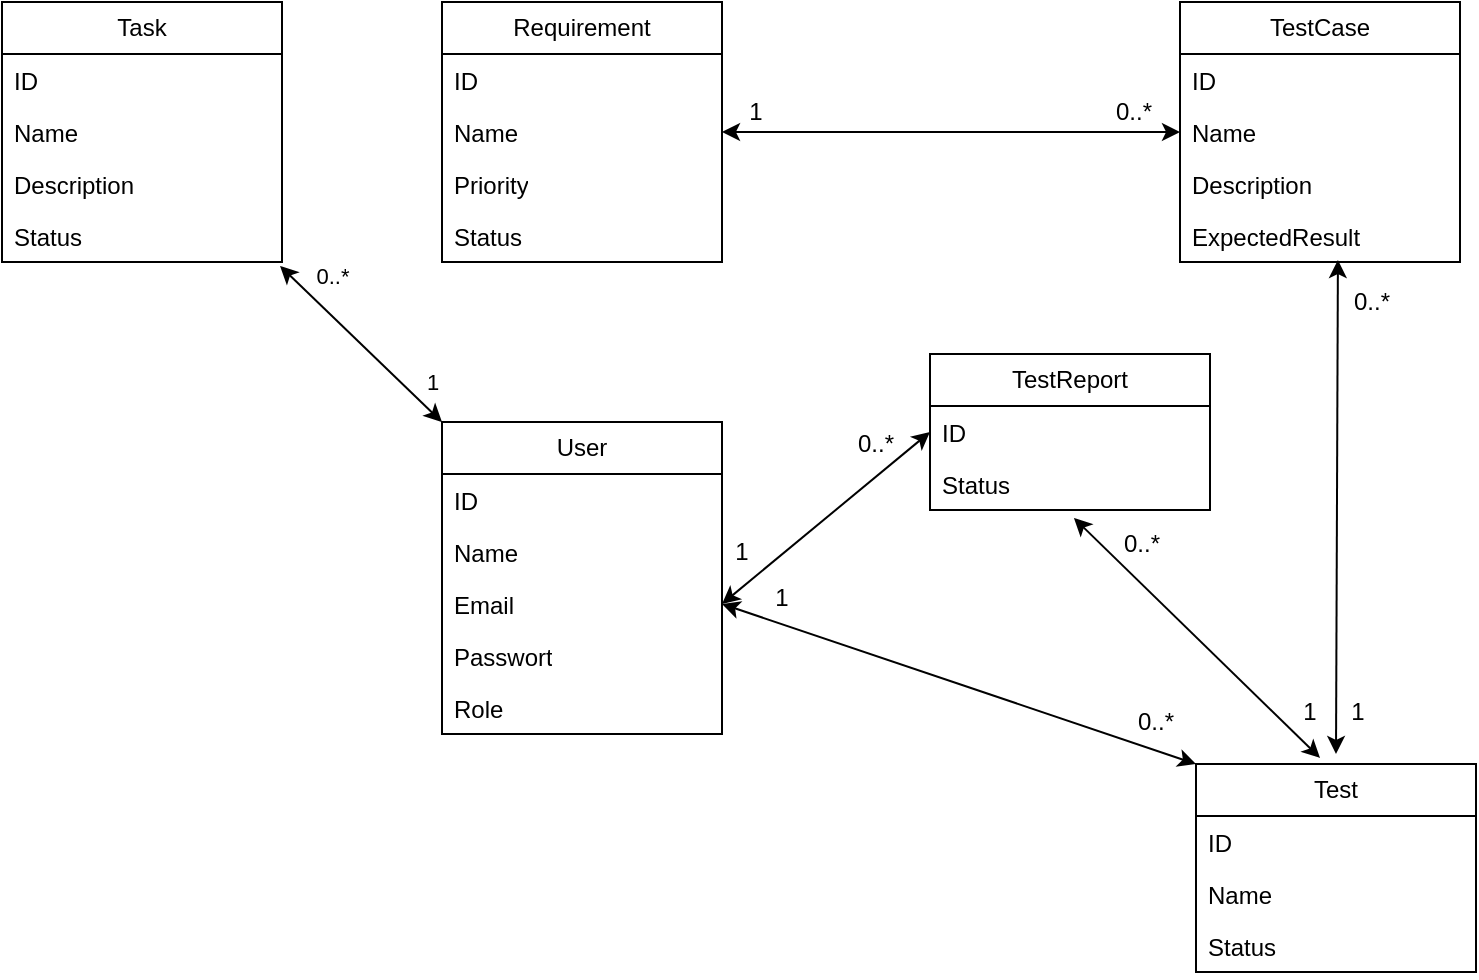
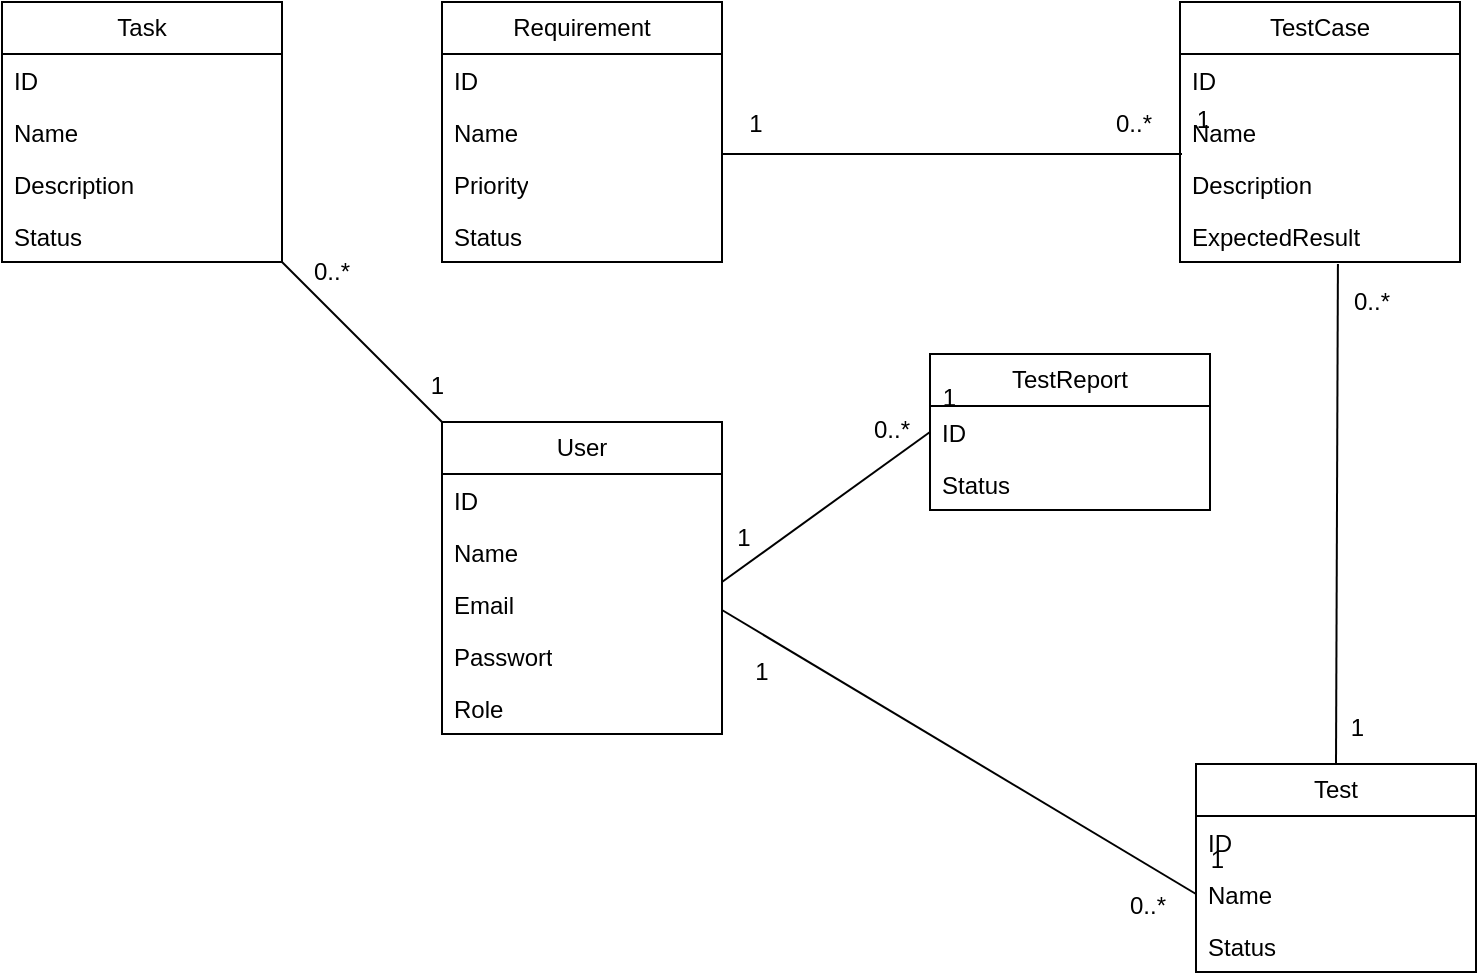
<mxfile host="app.diagrams.net" agent="Mozilla/5.0 (Macintosh; Intel Mac OS X 10_15_7) AppleWebKit/605.1.15 (KHTML, like Gecko) Version/26.2 Safari/605.1.15" version="29.6.4">
  <diagram name="Page-1" id="9UJmMtd8jPqIVRHSLT7q">
    <mxGraphModel dx="946" dy="642" grid="1" gridSize="10" guides="1" tooltips="1" connect="1" arrows="1" fold="1" page="1" pageScale="1" pageWidth="827" pageHeight="1169" math="0" shadow="0">
      <root>
        <mxCell id="0" />
        <mxCell id="1" parent="0" />
        <mxCell id="j4pG7-vl0huJbFuu1q33-1" parent="1" style="swimlane;fontStyle=0;childLayout=stackLayout;horizontal=1;startSize=26;fillColor=none;horizontalStack=0;resizeParent=1;resizeParentMax=0;resizeLast=0;collapsible=1;marginBottom=0;whiteSpace=wrap;html=1;" value="User" vertex="1">
          <mxGeometry height="156" width="140" x="310" y="310" as="geometry" />
        </mxCell>
        <mxCell id="j4pG7-vl0huJbFuu1q33-2" parent="j4pG7-vl0huJbFuu1q33-1" style="text;strokeColor=none;fillColor=none;align=left;verticalAlign=top;spacingLeft=4;spacingRight=4;overflow=hidden;rotatable=0;points=[[0,0.5],[1,0.5]];portConstraint=eastwest;whiteSpace=wrap;html=1;" value="ID" vertex="1">
          <mxGeometry height="26" width="140" y="26" as="geometry" />
        </mxCell>
        <mxCell id="j4pG7-vl0huJbFuu1q33-3" parent="j4pG7-vl0huJbFuu1q33-1" style="text;strokeColor=none;fillColor=none;align=left;verticalAlign=top;spacingLeft=4;spacingRight=4;overflow=hidden;rotatable=0;points=[[0,0.5],[1,0.5]];portConstraint=eastwest;whiteSpace=wrap;html=1;" value="Name" vertex="1">
          <mxGeometry height="26" width="140" y="52" as="geometry" />
        </mxCell>
        <mxCell id="j4pG7-vl0huJbFuu1q33-4" parent="j4pG7-vl0huJbFuu1q33-1" style="text;strokeColor=none;fillColor=none;align=left;verticalAlign=top;spacingLeft=4;spacingRight=4;overflow=hidden;rotatable=0;points=[[0,0.5],[1,0.5]];portConstraint=eastwest;whiteSpace=wrap;html=1;" value="Email" vertex="1">
          <mxGeometry height="26" width="140" y="78" as="geometry" />
        </mxCell>
        <mxCell id="o-WvR14eICfOpZ58rvUq-1" parent="j4pG7-vl0huJbFuu1q33-1" style="text;strokeColor=none;fillColor=none;align=left;verticalAlign=top;spacingLeft=4;spacingRight=4;overflow=hidden;rotatable=0;points=[[0,0.5],[1,0.5]];portConstraint=eastwest;whiteSpace=wrap;html=1;" value="Passwort" vertex="1">
          <mxGeometry height="26" width="140" y="104" as="geometry" />
        </mxCell>
        <mxCell id="o-WvR14eICfOpZ58rvUq-2" parent="j4pG7-vl0huJbFuu1q33-1" style="text;strokeColor=none;fillColor=none;align=left;verticalAlign=top;spacingLeft=4;spacingRight=4;overflow=hidden;rotatable=0;points=[[0,0.5],[1,0.5]];portConstraint=eastwest;whiteSpace=wrap;html=1;" value="Role" vertex="1">
          <mxGeometry height="26" width="140" y="130" as="geometry" />
        </mxCell>
        <mxCell id="o-WvR14eICfOpZ58rvUq-3" parent="1" style="swimlane;fontStyle=0;childLayout=stackLayout;horizontal=1;startSize=26;fillColor=none;horizontalStack=0;resizeParent=1;resizeParentMax=0;resizeLast=0;collapsible=1;marginBottom=0;whiteSpace=wrap;html=1;" value="Requirement" vertex="1">
          <mxGeometry height="130" width="140" x="310" y="100" as="geometry" />
        </mxCell>
        <mxCell id="o-WvR14eICfOpZ58rvUq-4" parent="o-WvR14eICfOpZ58rvUq-3" style="text;strokeColor=none;fillColor=none;align=left;verticalAlign=top;spacingLeft=4;spacingRight=4;overflow=hidden;rotatable=0;points=[[0,0.5],[1,0.5]];portConstraint=eastwest;whiteSpace=wrap;html=1;" value="ID" vertex="1">
          <mxGeometry height="26" width="140" y="26" as="geometry" />
        </mxCell>
        <mxCell id="o-WvR14eICfOpZ58rvUq-5" parent="o-WvR14eICfOpZ58rvUq-3" style="text;strokeColor=none;fillColor=none;align=left;verticalAlign=top;spacingLeft=4;spacingRight=4;overflow=hidden;rotatable=0;points=[[0,0.5],[1,0.5]];portConstraint=eastwest;whiteSpace=wrap;html=1;" value="Name" vertex="1">
          <mxGeometry height="26" width="140" y="52" as="geometry" />
        </mxCell>
        <mxCell id="o-WvR14eICfOpZ58rvUq-6" parent="o-WvR14eICfOpZ58rvUq-3" style="text;strokeColor=none;fillColor=none;align=left;verticalAlign=top;spacingLeft=4;spacingRight=4;overflow=hidden;rotatable=0;points=[[0,0.5],[1,0.5]];portConstraint=eastwest;whiteSpace=wrap;html=1;" value="Priority" vertex="1">
          <mxGeometry height="26" width="140" y="78" as="geometry" />
        </mxCell>
        <mxCell id="o-WvR14eICfOpZ58rvUq-7" parent="o-WvR14eICfOpZ58rvUq-3" style="text;strokeColor=none;fillColor=none;align=left;verticalAlign=top;spacingLeft=4;spacingRight=4;overflow=hidden;rotatable=0;points=[[0,0.5],[1,0.5]];portConstraint=eastwest;whiteSpace=wrap;html=1;" value="Status" vertex="1">
          <mxGeometry height="26" width="140" y="104" as="geometry" />
        </mxCell>
        <mxCell id="o-WvR14eICfOpZ58rvUq-9" parent="1" style="swimlane;fontStyle=0;childLayout=stackLayout;horizontal=1;startSize=26;fillColor=none;horizontalStack=0;resizeParent=1;resizeParentMax=0;resizeLast=0;collapsible=1;marginBottom=0;whiteSpace=wrap;html=1;" value="TestCase" vertex="1">
          <mxGeometry height="130" width="140" x="679" y="100" as="geometry" />
        </mxCell>
        <mxCell id="o-WvR14eICfOpZ58rvUq-10" parent="o-WvR14eICfOpZ58rvUq-9" style="text;strokeColor=none;fillColor=none;align=left;verticalAlign=top;spacingLeft=4;spacingRight=4;overflow=hidden;rotatable=0;points=[[0,0.5],[1,0.5]];portConstraint=eastwest;whiteSpace=wrap;html=1;" value="ID" vertex="1">
          <mxGeometry height="26" width="140" y="26" as="geometry" />
        </mxCell>
        <mxCell id="o-WvR14eICfOpZ58rvUq-11" parent="o-WvR14eICfOpZ58rvUq-9" style="text;strokeColor=none;fillColor=none;align=left;verticalAlign=top;spacingLeft=4;spacingRight=4;overflow=hidden;rotatable=0;points=[[0,0.5],[1,0.5]];portConstraint=eastwest;whiteSpace=wrap;html=1;" value="Name" vertex="1">
          <mxGeometry height="26" width="140" y="52" as="geometry" />
        </mxCell>
        <mxCell id="o-WvR14eICfOpZ58rvUq-12" parent="o-WvR14eICfOpZ58rvUq-9" style="text;strokeColor=none;fillColor=none;align=left;verticalAlign=top;spacingLeft=4;spacingRight=4;overflow=hidden;rotatable=0;points=[[0,0.5],[1,0.5]];portConstraint=eastwest;whiteSpace=wrap;html=1;" value="Description" vertex="1">
          <mxGeometry height="26" width="140" y="78" as="geometry" />
        </mxCell>
        <mxCell id="o-WvR14eICfOpZ58rvUq-13" parent="o-WvR14eICfOpZ58rvUq-9" style="text;strokeColor=none;fillColor=none;align=left;verticalAlign=top;spacingLeft=4;spacingRight=4;overflow=hidden;rotatable=0;points=[[0,0.5],[1,0.5]];portConstraint=eastwest;whiteSpace=wrap;html=1;" value="ExpectedResult" vertex="1">
          <mxGeometry height="26" width="140" y="104" as="geometry" />
        </mxCell>
        <mxCell id="o-WvR14eICfOpZ58rvUq-14" parent="1" style="swimlane;fontStyle=0;childLayout=stackLayout;horizontal=1;startSize=26;fillColor=none;horizontalStack=0;resizeParent=1;resizeParentMax=0;resizeLast=0;collapsible=1;marginBottom=0;whiteSpace=wrap;html=1;" value="Test" vertex="1">
          <mxGeometry height="104" width="140" x="687" y="481" as="geometry" />
        </mxCell>
        <mxCell id="o-WvR14eICfOpZ58rvUq-15" parent="o-WvR14eICfOpZ58rvUq-14" style="text;strokeColor=none;fillColor=none;align=left;verticalAlign=top;spacingLeft=4;spacingRight=4;overflow=hidden;rotatable=0;points=[[0,0.5],[1,0.5]];portConstraint=eastwest;whiteSpace=wrap;html=1;" value="ID" vertex="1">
          <mxGeometry height="26" width="140" y="26" as="geometry" />
        </mxCell>
        <mxCell id="o-WvR14eICfOpZ58rvUq-16" parent="o-WvR14eICfOpZ58rvUq-14" style="text;strokeColor=none;fillColor=none;align=left;verticalAlign=top;spacingLeft=4;spacingRight=4;overflow=hidden;rotatable=0;points=[[0,0.5],[1,0.5]];portConstraint=eastwest;whiteSpace=wrap;html=1;" value="Name" vertex="1">
          <mxGeometry height="26" width="140" y="52" as="geometry" />
        </mxCell>
        <mxCell id="o-WvR14eICfOpZ58rvUq-17" parent="o-WvR14eICfOpZ58rvUq-14" style="text;strokeColor=none;fillColor=none;align=left;verticalAlign=top;spacingLeft=4;spacingRight=4;overflow=hidden;rotatable=0;points=[[0,0.5],[1,0.5]];portConstraint=eastwest;whiteSpace=wrap;html=1;" value="Status" vertex="1">
          <mxGeometry height="26" width="140" y="78" as="geometry" />
        </mxCell>
        <mxCell id="o-WvR14eICfOpZ58rvUq-19" parent="1" style="swimlane;fontStyle=0;childLayout=stackLayout;horizontal=1;startSize=26;fillColor=none;horizontalStack=0;resizeParent=1;resizeParentMax=0;resizeLast=0;collapsible=1;marginBottom=0;whiteSpace=wrap;html=1;" value="Task" vertex="1">
          <mxGeometry height="130" width="140" x="90" y="100" as="geometry" />
        </mxCell>
        <mxCell id="o-WvR14eICfOpZ58rvUq-20" parent="o-WvR14eICfOpZ58rvUq-19" style="text;strokeColor=none;fillColor=none;align=left;verticalAlign=top;spacingLeft=4;spacingRight=4;overflow=hidden;rotatable=0;points=[[0,0.5],[1,0.5]];portConstraint=eastwest;whiteSpace=wrap;html=1;" value="ID" vertex="1">
          <mxGeometry height="26" width="140" y="26" as="geometry" />
        </mxCell>
        <mxCell id="o-WvR14eICfOpZ58rvUq-21" parent="o-WvR14eICfOpZ58rvUq-19" style="text;strokeColor=none;fillColor=none;align=left;verticalAlign=top;spacingLeft=4;spacingRight=4;overflow=hidden;rotatable=0;points=[[0,0.5],[1,0.5]];portConstraint=eastwest;whiteSpace=wrap;html=1;" value="Name" vertex="1">
          <mxGeometry height="26" width="140" y="52" as="geometry" />
        </mxCell>
        <mxCell id="o-WvR14eICfOpZ58rvUq-22" parent="o-WvR14eICfOpZ58rvUq-19" style="text;strokeColor=none;fillColor=none;align=left;verticalAlign=top;spacingLeft=4;spacingRight=4;overflow=hidden;rotatable=0;points=[[0,0.5],[1,0.5]];portConstraint=eastwest;whiteSpace=wrap;html=1;" value="Description" vertex="1">
          <mxGeometry height="26" width="140" y="78" as="geometry" />
        </mxCell>
        <mxCell id="o-WvR14eICfOpZ58rvUq-23" parent="o-WvR14eICfOpZ58rvUq-19" style="text;strokeColor=none;fillColor=none;align=left;verticalAlign=top;spacingLeft=4;spacingRight=4;overflow=hidden;rotatable=0;points=[[0,0.5],[1,0.5]];portConstraint=eastwest;whiteSpace=wrap;html=1;" value="Status" vertex="1">
          <mxGeometry height="26" width="140" y="104" as="geometry" />
        </mxCell>
        <mxCell id="o-WvR14eICfOpZ58rvUq-24" parent="1" style="swimlane;fontStyle=0;childLayout=stackLayout;horizontal=1;startSize=26;fillColor=none;horizontalStack=0;resizeParent=1;resizeParentMax=0;resizeLast=0;collapsible=1;marginBottom=0;whiteSpace=wrap;html=1;" value="TestReport" vertex="1">
          <mxGeometry height="78" width="140" x="554" y="276" as="geometry" />
        </mxCell>
        <mxCell id="o-WvR14eICfOpZ58rvUq-25" parent="o-WvR14eICfOpZ58rvUq-24" style="text;strokeColor=none;fillColor=none;align=left;verticalAlign=top;spacingLeft=4;spacingRight=4;overflow=hidden;rotatable=0;points=[[0,0.5],[1,0.5]];portConstraint=eastwest;whiteSpace=wrap;html=1;" value="ID" vertex="1">
          <mxGeometry height="26" width="140" y="26" as="geometry" />
        </mxCell>
        <mxCell id="o-WvR14eICfOpZ58rvUq-27" parent="o-WvR14eICfOpZ58rvUq-24" style="text;strokeColor=none;fillColor=none;align=left;verticalAlign=top;spacingLeft=4;spacingRight=4;overflow=hidden;rotatable=0;points=[[0,0.5],[1,0.5]];portConstraint=eastwest;whiteSpace=wrap;html=1;" value="Status" vertex="1">
          <mxGeometry height="26" width="140" y="52" as="geometry" />
        </mxCell>
-         <mxCell id="o-WvR14eICfOpZ58rvUq-29" edge="1" parent="1" source="j4pG7-vl0huJbFuu1q33-1" style="endArrow=classic;startArrow=classic;html=1;rounded=0;exitX=0;exitY=0;exitDx=0;exitDy=0;entryX=0.993;entryY=1.077;entryDx=0;entryDy=0;entryPerimeter=0;" target="o-WvR14eICfOpZ58rvUq-23" value="">
-           <mxGeometry height="50" relative="1" width="50" as="geometry">
-             <Array as="points" />
-             <mxPoint x="390" y="356" as="sourcePoint" />
-             <mxPoint x="200" y="300" as="targetPoint" />
-           </mxGeometry>
-         </mxCell>
-         <mxCell id="o-WvR14eICfOpZ58rvUq-35" connectable="0" parent="o-WvR14eICfOpZ58rvUq-29" style="edgeLabel;html=1;align=center;verticalAlign=middle;resizable=0;points=[];" value="0..*" vertex="1">
-           <mxGeometry relative="1" x="0.623" as="geometry">
-             <mxPoint x="10" y="-10" as="offset" />
-           </mxGeometry>
-         </mxCell>
-         <mxCell id="o-WvR14eICfOpZ58rvUq-30" edge="1" parent="1" source="j4pG7-vl0huJbFuu1q33-4" style="endArrow=classic;startArrow=classic;html=1;rounded=0;exitX=1;exitY=0.5;exitDx=0;exitDy=0;entryX=0;entryY=0;entryDx=0;entryDy=0;" target="o-WvR14eICfOpZ58rvUq-14" value="">
-           <mxGeometry height="50" relative="1" width="50" as="geometry">
-             <Array as="points" />
-             <mxPoint x="335" y="329" as="sourcePoint" />
-             <mxPoint x="254" y="251" as="targetPoint" />
-           </mxGeometry>
-         </mxCell>
-         <mxCell id="o-WvR14eICfOpZ58rvUq-31" edge="1" parent="1" source="j4pG7-vl0huJbFuu1q33-4" style="endArrow=classic;startArrow=classic;html=1;rounded=0;exitX=1;exitY=0.5;exitDx=0;exitDy=0;entryX=0;entryY=0.5;entryDx=0;entryDy=0;" target="o-WvR14eICfOpZ58rvUq-25" value="">
-           <mxGeometry height="50" relative="1" width="50" as="geometry">
-             <Array as="points" />
-             <mxPoint x="480" y="440" as="sourcePoint" />
-             <mxPoint x="550" y="520" as="targetPoint" />
-           </mxGeometry>
-         </mxCell>
-         <mxCell id="o-WvR14eICfOpZ58rvUq-32" edge="1" parent="1" source="o-WvR14eICfOpZ58rvUq-14" style="endArrow=classic;startArrow=classic;html=1;rounded=0;entryX=0.514;entryY=1.154;entryDx=0;entryDy=0;entryPerimeter=0;exitX=0.443;exitY=-0.029;exitDx=0;exitDy=0;exitPerimeter=0;" target="o-WvR14eICfOpZ58rvUq-27" value="">
-           <mxGeometry height="50" relative="1" width="50" as="geometry">
-             <Array as="points" />
-             <mxPoint x="592" y="480" as="sourcePoint" />
-             <mxPoint x="560" y="380" as="targetPoint" />
-           </mxGeometry>
-         </mxCell>
-         <mxCell id="o-WvR14eICfOpZ58rvUq-33" edge="1" parent="1" source="o-WvR14eICfOpZ58rvUq-11" style="endArrow=classic;startArrow=classic;html=1;rounded=0;entryX=1;entryY=0.5;entryDx=0;entryDy=0;exitX=0;exitY=0.5;exitDx=0;exitDy=0;" target="o-WvR14eICfOpZ58rvUq-5" value="">
-           <mxGeometry height="50" relative="1" width="50" as="geometry">
-             <Array as="points" />
-             <mxPoint x="591" y="302" as="sourcePoint" />
-             <mxPoint x="591" y="234" as="targetPoint" />
-           </mxGeometry>
-         </mxCell>
-         <mxCell id="o-WvR14eICfOpZ58rvUq-34" edge="1" parent="1" style="endArrow=classic;startArrow=classic;html=1;rounded=0;entryX=0.564;entryY=0.962;entryDx=0;entryDy=0;entryPerimeter=0;exitX=0.443;exitY=-0.029;exitDx=0;exitDy=0;exitPerimeter=0;" target="o-WvR14eICfOpZ58rvUq-13" value="">
-           <mxGeometry height="50" relative="1" width="50" as="geometry">
-             <Array as="points" />
-             <mxPoint x="757" y="476" as="sourcePoint" />
-             <mxPoint x="600" y="410" as="targetPoint" />
-           </mxGeometry>
-         </mxCell>
-         <mxCell id="o-WvR14eICfOpZ58rvUq-36" connectable="0" parent="1" style="edgeLabel;html=1;align=center;verticalAlign=middle;resizable=0;points=[];" value="1" vertex="1">
-           <mxGeometry x="300" y="289" as="geometry">
-             <mxPoint x="5" y="1" as="offset" />
-           </mxGeometry>
-         </mxCell>
        <mxCell id="o-WvR14eICfOpZ58rvUq-37" parent="1" style="text;html=1;whiteSpace=wrap;strokeColor=none;fillColor=none;align=center;verticalAlign=middle;rounded=0;" value="1" vertex="1">
-           <mxGeometry height="30" width="60" x="437" y="140" as="geometry" />
+           <mxGeometry height="30" width="60" x="437" y="146" as="geometry" />
        </mxCell>
        <mxCell id="o-WvR14eICfOpZ58rvUq-38" parent="1" style="text;html=1;whiteSpace=wrap;strokeColor=none;fillColor=none;align=center;verticalAlign=middle;rounded=0;" value="0..*" vertex="1">
-           <mxGeometry height="30" width="60" x="626" y="140" as="geometry" />
+           <mxGeometry height="30" width="60" x="626" y="146" as="geometry" />
        </mxCell>
        <mxCell id="o-WvR14eICfOpZ58rvUq-39" parent="1" style="text;html=1;whiteSpace=wrap;strokeColor=none;fillColor=none;align=center;verticalAlign=middle;rounded=0;" value="0..*" vertex="1">
          <mxGeometry height="30" width="60" x="745" y="235" as="geometry" />
        </mxCell>
-         <mxCell id="o-WvR14eICfOpZ58rvUq-40" parent="1" style="text;html=1;whiteSpace=wrap;strokeColor=none;fillColor=none;align=center;verticalAlign=middle;rounded=0;" value="1" vertex="1">
-           <mxGeometry height="30" width="60" x="738" y="440" as="geometry" />
-         </mxCell>
-         <mxCell id="o-WvR14eICfOpZ58rvUq-41" parent="1" style="text;html=1;whiteSpace=wrap;strokeColor=none;fillColor=none;align=center;verticalAlign=middle;rounded=0;" value="0..*" vertex="1">
-           <mxGeometry height="30" width="60" x="630" y="356" as="geometry" />
-         </mxCell>
-         <mxCell id="o-WvR14eICfOpZ58rvUq-42" parent="1" style="text;html=1;whiteSpace=wrap;strokeColor=none;fillColor=none;align=center;verticalAlign=middle;rounded=0;" value="1" vertex="1">
-           <mxGeometry height="30" width="60" x="714" y="440" as="geometry" />
-         </mxCell>
-         <mxCell id="o-WvR14eICfOpZ58rvUq-43" parent="1" style="text;html=1;whiteSpace=wrap;strokeColor=none;fillColor=none;align=center;verticalAlign=middle;rounded=0;" value="1" vertex="1">
-           <mxGeometry height="30" width="60" x="450" y="383" as="geometry" />
-         </mxCell>
        <mxCell id="o-WvR14eICfOpZ58rvUq-44" parent="1" style="text;html=1;whiteSpace=wrap;strokeColor=none;fillColor=none;align=center;verticalAlign=middle;rounded=0;" value="0..*" vertex="1">
-           <mxGeometry height="30" width="60" x="637" y="445" as="geometry" />
+           <mxGeometry height="30" width="60" x="633" y="537" as="geometry" />
        </mxCell>
        <mxCell id="o-WvR14eICfOpZ58rvUq-45" parent="1" style="text;html=1;whiteSpace=wrap;strokeColor=none;fillColor=none;align=center;verticalAlign=middle;rounded=0;" value="1" vertex="1">
-           <mxGeometry height="30" width="60" x="430" y="360" as="geometry" />
+           <mxGeometry height="30" width="60" x="431" y="353" as="geometry" />
        </mxCell>
        <mxCell id="o-WvR14eICfOpZ58rvUq-46" parent="1" style="text;html=1;whiteSpace=wrap;strokeColor=none;fillColor=none;align=center;verticalAlign=middle;rounded=0;" value="0..*" vertex="1">
-           <mxGeometry height="30" width="60" x="497" y="306" as="geometry" />
+           <mxGeometry height="30" width="60" x="505" y="299" as="geometry" />
+         </mxCell>
+         <mxCell id="o-WvR14eICfOpZ58rvUq-47" edge="1" parent="1" style="endArrow=none;html=1;rounded=0;entryX=0;entryY=0;entryDx=0;entryDy=0;" target="j4pG7-vl0huJbFuu1q33-1" value="">
+           <mxGeometry relative="1" as="geometry">
+             <mxPoint x="230" y="230" as="sourcePoint" />
+             <mxPoint x="390" y="230" as="targetPoint" />
+           </mxGeometry>
+         </mxCell>
+         <mxCell id="o-WvR14eICfOpZ58rvUq-48" connectable="0" parent="o-WvR14eICfOpZ58rvUq-47" style="resizable=0;html=1;whiteSpace=wrap;align=right;verticalAlign=bottom;" value="1" vertex="1">
+           <mxGeometry relative="1" x="1" as="geometry">
+             <mxPoint x="3" y="-9" as="offset" />
+           </mxGeometry>
+         </mxCell>
+         <mxCell id="o-WvR14eICfOpZ58rvUq-49" parent="1" style="text;html=1;whiteSpace=wrap;strokeColor=none;fillColor=none;align=center;verticalAlign=middle;rounded=0;" value="0..*" vertex="1">
+           <mxGeometry height="30" width="60" x="225" y="220" as="geometry" />
+         </mxCell>
+         <mxCell id="o-WvR14eICfOpZ58rvUq-52" edge="1" parent="1" source="o-WvR14eICfOpZ58rvUq-13" style="endArrow=none;html=1;rounded=0;entryX=0.5;entryY=0;entryDx=0;entryDy=0;exitX=0.564;exitY=1.038;exitDx=0;exitDy=0;exitPerimeter=0;" target="o-WvR14eICfOpZ58rvUq-14" value="">
+           <mxGeometry relative="1" as="geometry">
+             <mxPoint x="260" y="280" as="sourcePoint" />
+             <mxPoint x="340" y="360" as="targetPoint" />
+           </mxGeometry>
+         </mxCell>
+         <mxCell id="o-WvR14eICfOpZ58rvUq-53" connectable="0" parent="o-WvR14eICfOpZ58rvUq-52" style="resizable=0;html=1;whiteSpace=wrap;align=right;verticalAlign=bottom;" value="1" vertex="1">
+           <mxGeometry relative="1" x="1" as="geometry">
+             <mxPoint x="15" y="-9" as="offset" />
+           </mxGeometry>
+         </mxCell>
+         <mxCell id="o-WvR14eICfOpZ58rvUq-58" edge="1" parent="1" style="endArrow=none;html=1;rounded=0;" value="">
+           <mxGeometry relative="1" as="geometry">
+             <mxPoint x="450" y="176" as="sourcePoint" />
+             <mxPoint x="680" y="176" as="targetPoint" />
+           </mxGeometry>
+         </mxCell>
+         <mxCell id="o-WvR14eICfOpZ58rvUq-59" connectable="0" parent="o-WvR14eICfOpZ58rvUq-58" style="resizable=0;html=1;whiteSpace=wrap;align=right;verticalAlign=bottom;" value="1" vertex="1">
+           <mxGeometry relative="1" x="1" as="geometry">
+             <mxPoint x="15" y="-9" as="offset" />
+           </mxGeometry>
+         </mxCell>
+         <mxCell id="o-WvR14eICfOpZ58rvUq-60" edge="1" parent="1" style="endArrow=none;html=1;rounded=0;entryX=0;entryY=0.5;entryDx=0;entryDy=0;" target="o-WvR14eICfOpZ58rvUq-25" value="">
+           <mxGeometry relative="1" as="geometry">
+             <mxPoint x="450" y="390" as="sourcePoint" />
+             <mxPoint x="780" y="170" as="targetPoint" />
+           </mxGeometry>
+         </mxCell>
+         <mxCell id="o-WvR14eICfOpZ58rvUq-61" connectable="0" parent="o-WvR14eICfOpZ58rvUq-60" style="resizable=0;html=1;whiteSpace=wrap;align=right;verticalAlign=bottom;" value="1" vertex="1">
+           <mxGeometry relative="1" x="1" as="geometry">
+             <mxPoint x="15" y="-9" as="offset" />
+           </mxGeometry>
+         </mxCell>
+         <mxCell id="o-WvR14eICfOpZ58rvUq-62" edge="1" parent="1" style="endArrow=none;html=1;rounded=0;exitX=0;exitY=0.75;exitDx=0;exitDy=0;entryX=0;entryY=0.5;entryDx=0;entryDy=0;" target="o-WvR14eICfOpZ58rvUq-16" value="">
+           <mxGeometry relative="1" as="geometry">
+             <mxPoint x="450" y="404" as="sourcePoint" />
+             <mxPoint x="810" y="170" as="targetPoint" />
+           </mxGeometry>
+         </mxCell>
+         <mxCell id="o-WvR14eICfOpZ58rvUq-63" connectable="0" parent="o-WvR14eICfOpZ58rvUq-62" style="resizable=0;html=1;whiteSpace=wrap;align=right;verticalAlign=bottom;" value="1" vertex="1">
+           <mxGeometry relative="1" x="1" as="geometry">
+             <mxPoint x="15" y="-9" as="offset" />
+           </mxGeometry>
+         </mxCell>
+         <mxCell id="o-WvR14eICfOpZ58rvUq-64" parent="1" style="text;html=1;whiteSpace=wrap;strokeColor=none;fillColor=none;align=center;verticalAlign=middle;rounded=0;" value="1" vertex="1">
+           <mxGeometry height="30" width="60" x="440" y="420" as="geometry" />
        </mxCell>
      </root>
    </mxGraphModel>
  </diagram>
</mxfile>
